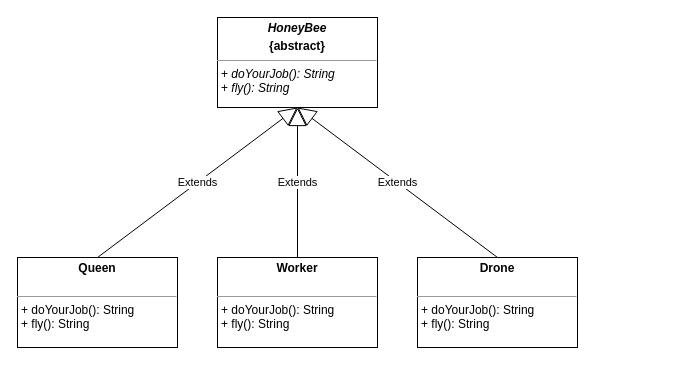
Jonsy86/07b_HoneyBee_Abstract keeps this draw.io diagram as page "HoneyBee_Abstract" (2 of 2) of hb_abstract.drawio. Above is the earlier version. Source tidied: cells renumbered, new cells numbered last; positions are measured from the earlier drawing's top-left corner, leaving out a move shared by most shapes. Both pictures are drawn from the tidied source at 100%, with x=0, y=0 at pixel (17, 17).
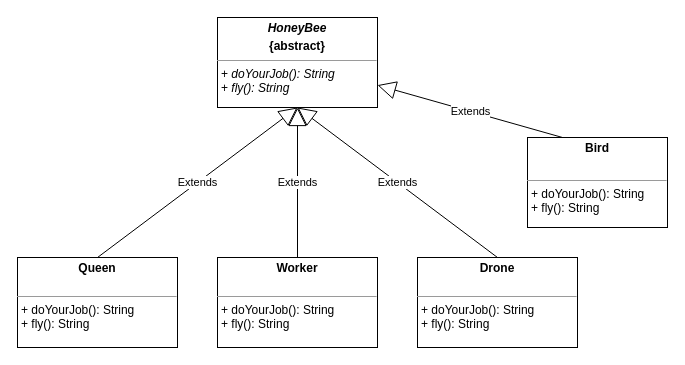
The same diagram, later.

Diff of the diagram source:
```diff
@@
 <mxGraphModel>
   <root>
     <mxCell id="0" />
     <mxCell id="1" parent="0" />
     <mxCell id="2" value="&lt;p style=&quot;margin: 0px ; margin-top: 4px ; text-align: center&quot;&gt;&lt;b&gt;&lt;i&gt;HoneyBee&lt;/i&gt;&lt;/b&gt;&lt;/p&gt;&lt;p style=&quot;margin: 0px ; margin-top: 4px ; text-align: center&quot;&gt;&lt;b&gt;{abstract}&lt;/b&gt;&lt;/p&gt;&lt;hr size=&quot;1&quot;&gt;&lt;p style=&quot;margin: 0px ; margin-left: 4px&quot;&gt;+ &lt;i&gt;doYourJob(): String&lt;/i&gt;&lt;/p&gt;&lt;p style=&quot;margin: 0px ; margin-left: 4px&quot;&gt;+ &lt;i&gt;fly(): String&lt;/i&gt;&lt;/p&gt;" style="verticalAlign=top;align=left;overflow=fill;fontSize=12;fontFamily=Helvetica;html=1;" parent="1" vertex="1">
       <mxGeometry x="200" width="160" height="90" as="geometry" />
     </mxCell>
     <mxCell id="3" value="&lt;p style=&quot;margin: 0px ; margin-top: 4px ; text-align: center&quot;&gt;&lt;b&gt;Queen&lt;/b&gt;&lt;/p&gt;&lt;p style=&quot;margin: 0px ; margin-left: 4px&quot;&gt;&lt;br&gt;&lt;/p&gt;&lt;hr size=&quot;1&quot;&gt;&lt;p style=&quot;margin: 0px ; margin-left: 4px&quot;&gt;+ doYourJob(): String&lt;br&gt;&lt;/p&gt;&lt;p style=&quot;margin: 0px ; margin-left: 4px&quot;&gt;+ fly(): String&lt;br&gt;&lt;/p&gt;" style="verticalAlign=top;align=left;overflow=fill;fontSize=12;fontFamily=Helvetica;html=1;" parent="1" vertex="1">
       <mxGeometry y="240" width="160" height="90" as="geometry" />
     </mxCell>
     <mxCell id="4" value="Extends" style="endArrow=block;endSize=16;endFill=0;html=1;exitX=0.5;exitY=0;exitDx=0;exitDy=0;entryX=0.5;entryY=1;entryDx=0;entryDy=0;" parent="1" edge="1" source="3" target="2">
       <mxGeometry relative="1" as="geometry" />
     </mxCell>
     <mxCell id="5" value="&lt;p style=&quot;margin: 0px ; margin-top: 4px ; text-align: center&quot;&gt;&lt;b&gt;Worker&lt;/b&gt;&lt;/p&gt;&lt;p style=&quot;margin: 0px ; margin-left: 4px&quot;&gt;&lt;br&gt;&lt;/p&gt;&lt;hr size=&quot;1&quot;&gt;&lt;p style=&quot;margin: 0px ; margin-left: 4px&quot;&gt;+ doYourJob(): String&lt;br&gt;&lt;/p&gt;&lt;p style=&quot;margin: 0px ; margin-left: 4px&quot;&gt;+ fly(): String&lt;br&gt;&lt;/p&gt;" style="verticalAlign=top;align=left;overflow=fill;fontSize=12;fontFamily=Helvetica;html=1;" parent="1" vertex="1">
       <mxGeometry x="200" y="240" width="160" height="90" as="geometry" />
     </mxCell>
     <mxCell id="6" value="&lt;p style=&quot;margin: 0px ; margin-top: 4px ; text-align: center&quot;&gt;&lt;b&gt;Drone&lt;/b&gt;&lt;/p&gt;&lt;p style=&quot;margin: 0px ; margin-left: 4px&quot;&gt;&lt;br&gt;&lt;/p&gt;&lt;hr size=&quot;1&quot;&gt;&lt;p style=&quot;margin: 0px ; margin-left: 4px&quot;&gt;+ doYourJob(): String&lt;br&gt;&lt;/p&gt;&lt;p style=&quot;margin: 0px ; margin-left: 4px&quot;&gt;+ fly(): String&lt;br&gt;&lt;/p&gt;" style="verticalAlign=top;align=left;overflow=fill;fontSize=12;fontFamily=Helvetica;html=1;" parent="1" vertex="1">
       <mxGeometry x="400" y="240" width="160" height="90" as="geometry" />
     </mxCell>
     <mxCell id="7" value="Extends" style="endArrow=block;endSize=16;endFill=0;html=1;exitX=0.5;exitY=0;exitDx=0;exitDy=0;entryX=0.5;entryY=1;entryDx=0;entryDy=0;" parent="1" edge="1" source="5" target="2">
       <mxGeometry relative="1" as="geometry" />
     </mxCell>
     <mxCell id="8" value="Extends" style="endArrow=block;endSize=16;endFill=0;html=1;exitX=0.5;exitY=0;exitDx=0;exitDy=0;entryX=0.5;entryY=1;entryDx=0;entryDy=0;" parent="1" edge="1" source="6" target="2">
       <mxGeometry relative="1" as="geometry" />
     </mxCell>
+    <mxCell id="9" value="&lt;p style=&quot;margin:0px;margin-top:4px;text-align:center;&quot;&gt;&lt;/p&gt;&lt;div style=&quot;text-align: center; height: 2px;&quot;&gt;&lt;p style=&quot;margin: 4px 0px 0px;&quot;&gt;&lt;b&gt;Bird&lt;/b&gt;&lt;/p&gt;&lt;p style=&quot;margin: 4px 0px 0px;&quot;&gt;&lt;b&gt;&lt;br&gt;&lt;/b&gt;&lt;/p&gt;&lt;hr style=&quot;text-align: left;&quot; size=&quot;1&quot;&gt;&lt;p style=&quot;text-align: left; margin: 0px 0px 0px 4px;&quot;&gt;+ doYourJob(): String&lt;br&gt;&lt;/p&gt;&lt;p style=&quot;text-align: left; margin: 0px 0px 0px 4px;&quot;&gt;+ fly(): String&lt;/p&gt;&lt;/div&gt;" style="verticalAlign=top;align=left;overflow=fill;fontSize=12;fontFamily=Helvetica;html=1;" parent="1" vertex="1">
+      <mxGeometry x="510" y="120" width="140" height="90" as="geometry" />
+    </mxCell>
+    <mxCell id="10" value="Extends" style="endArrow=block;endSize=16;endFill=0;html=1;exitX=0.25;exitY=0;exitDx=0;exitDy=0;" parent="1" edge="1" source="9" target="2">
+      <mxGeometry relative="1" as="geometry" />
+    </mxCell>
   </root>
 </mxGraphModel>
```
